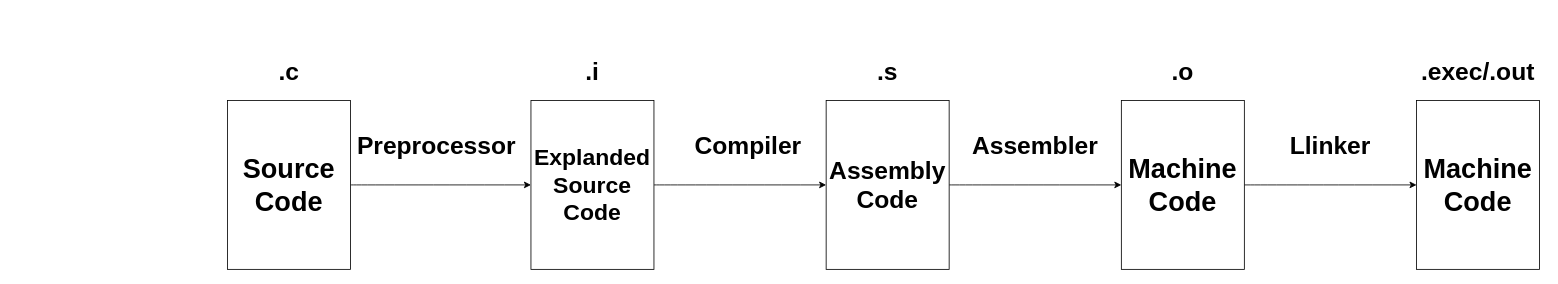
Before: page "Page-2" (2 of 5) of cosa-docs/day2/day2.drawio in utkarshpratap2002/learnedinDITISS, a draw.io diagram. Source tidied: cells renumbered, new cells numbered last; positions are measured from the earlier drawing's top-left corner, leaving out a move shared by most shapes. Both pictures are drawn from the tidied source at 82%, with x=0, y=0 at pixel (227, 59).
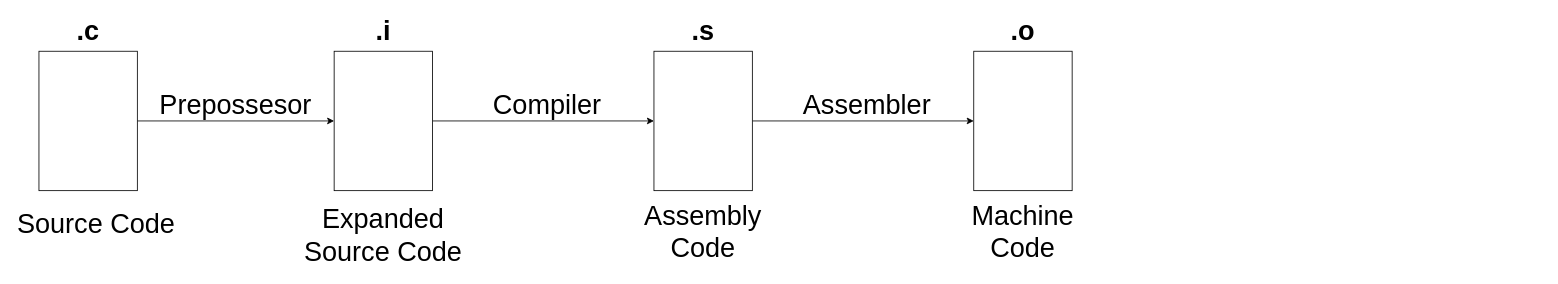
The same diagram, later.

The edit, as a diff of the source:
```diff
@@
 <mxGraphModel>
   <root>
     <mxCell id="0" />
     <mxCell id="1" parent="0" />
-    <mxCell id="2" style="edgeStyle=orthogonalEdgeStyle;curved=1;html=1;entryX=0;entryY=0.5;entryDx=0;entryDy=0;fontSize=30;" parent="1" edge="1" source="3" target="5">
-      <mxGeometry relative="1" as="geometry" />
-    </mxCell>
+    <mxCell id="20" style="edgeStyle=none;html=1;entryX=0;entryY=0.5;entryDx=0;entryDy=0;fontFamily=Helvetica;fontSize=33;" parent="1" edge="1" source="21" target="23">
+      <mxGeometry relative="1" as="geometry" />
+    </mxCell>
+    <mxCell id="21" style="whiteSpace=wrap;html=1;fontFamily=Helvetica;fontSize=33;" parent="1" vertex="1">
+      <mxGeometry x="-230" y="-10" width="120" height="170" as="geometry" />
+    </mxCell>
+    <mxCell id="15" value=".c" style="text;strokeColor=none;align=center;fillColor=none;html=1;verticalAlign=middle;whiteSpace=wrap;rounded=0;fontFamily=Helvetica;fontSize=33;fontStyle=1;" parent="1" vertex="1">
+      <mxGeometry x="-200" y="-50" width="60" height="30" as="geometry" />
+    </mxCell>
+    <mxCell id="22" style="edgeStyle=none;html=1;fontFamily=Helvetica;fontSize=33;" parent="1" edge="1" source="23" target="26">
+      <mxGeometry relative="1" as="geometry" />
+    </mxCell>
+    <mxCell id="23" style="whiteSpace=wrap;html=1;fontFamily=Helvetica;fontSize=33;" parent="1" vertex="1">
+      <mxGeometry x="130" y="-10" width="120" height="170" as="geometry" />
+    </mxCell>
+    <mxCell id="16" value=".i" style="text;strokeColor=none;align=center;fillColor=none;html=1;verticalAlign=middle;whiteSpace=wrap;rounded=0;fontFamily=Helvetica;fontSize=33;fontStyle=1;" parent="1" vertex="1">
+      <mxGeometry x="160" y="-50" width="60" height="30" as="geometry" />
+    </mxCell>
+    <mxCell id="24" value="Prepossesor" style="text;strokeColor=none;align=center;fillColor=none;html=1;verticalAlign=middle;whiteSpace=wrap;rounded=0;fontFamily=Helvetica;fontSize=33;" parent="1" vertex="1">
+      <mxGeometry x="-90" y="40" width="200" height="30" as="geometry" />
+    </mxCell>
+    <mxCell id="25" style="edgeStyle=none;html=1;entryX=0;entryY=0.5;entryDx=0;entryDy=0;fontFamily=Helvetica;fontSize=33;" parent="1" edge="1" source="26" target="28">
+      <mxGeometry relative="1" as="geometry" />
+    </mxCell>
+    <mxCell id="26" style="whiteSpace=wrap;html=1;fontFamily=Helvetica;fontSize=33;" parent="1" vertex="1">
+      <mxGeometry x="520" y="-10" width="120" height="170" as="geometry" />
+    </mxCell>
+    <mxCell id="17" value=".s" style="text;strokeColor=none;align=center;fillColor=none;html=1;verticalAlign=middle;whiteSpace=wrap;rounded=0;fontFamily=Helvetica;fontSize=33;fontStyle=1;" parent="1" vertex="1">
+      <mxGeometry x="550" y="-50" width="60" height="30" as="geometry" />
+    </mxCell>
-    <mxCell id="3" value="Source Code" style="whiteSpace=wrap;html=1;fontSize=33;fontStyle=1;" parent="1" vertex="1">
-      <mxGeometry y="50" width="150" height="206" as="geometry" />
+    <mxCell id="3" value="Source Code" style="text;strokeColor=none;align=center;fillColor=none;html=1;verticalAlign=middle;whiteSpace=wrap;rounded=0;fontFamily=Helvetica;fontSize=33;" parent="1" vertex="1">
+      <mxGeometry x="-260" y="170" width="200" height="60" as="geometry" />
     </mxCell>
-    <mxCell id="4" style="edgeStyle=orthogonalEdgeStyle;curved=1;html=1;entryX=0;entryY=0.5;entryDx=0;entryDy=0;fontSize=30;" parent="1" edge="1" source="5" target="7">
-      <mxGeometry relative="1" as="geometry" />
-    </mxCell>
-    <mxCell id="5" value="Explanded Source Code" style="whiteSpace=wrap;html=1;fontSize=28;fontStyle=1;" parent="1" vertex="1">
-      <mxGeometry x="370" y="50" width="150" height="206" as="geometry" />
-    </mxCell>
-    <mxCell id="6" style="edgeStyle=orthogonalEdgeStyle;curved=1;html=1;fontSize=30;" parent="1" edge="1" source="7" target="9">
-      <mxGeometry relative="1" as="geometry" />
-    </mxCell>
+    <mxCell id="27" value="Expanded Source Code" style="text;strokeColor=none;align=center;fillColor=none;html=1;verticalAlign=middle;whiteSpace=wrap;rounded=0;fontFamily=Helvetica;fontSize=33;" parent="1" vertex="1">
+      <mxGeometry x="90" y="194" width="200" height="40" as="geometry" />
+    </mxCell>
+    <mxCell id="12" value="Compiler" style="text;strokeColor=none;align=center;fillColor=none;html=1;verticalAlign=middle;whiteSpace=wrap;rounded=0;fontFamily=Helvetica;fontSize=33;" parent="1" vertex="1">
+      <mxGeometry x="290" y="40" width="200" height="30" as="geometry" />
+    </mxCell>
-    <mxCell id="7" value="Assembly Code" style="whiteSpace=wrap;html=1;fontSize=30;fontStyle=1;" parent="1" vertex="1">
-      <mxGeometry x="730" y="50" width="150" height="206" as="geometry" />
+    <mxCell id="7" value="Assembly Code" style="text;strokeColor=none;align=center;fillColor=none;html=1;verticalAlign=middle;whiteSpace=wrap;rounded=0;fontFamily=Helvetica;fontSize=33;" parent="1" vertex="1">
+      <mxGeometry x="480" y="190" width="200" height="40" as="geometry" />
     </mxCell>
-    <mxCell id="8" style="edgeStyle=orthogonalEdgeStyle;curved=1;html=1;entryX=0;entryY=0.5;entryDx=0;entryDy=0;fontSize=30;" parent="1" edge="1" source="9" target="10">
-      <mxGeometry relative="1" as="geometry" />
-    </mxCell>
-    <mxCell id="9" value="Machine Code" style="whiteSpace=wrap;html=1;fontSize=33;fontStyle=1;" parent="1" vertex="1">
-      <mxGeometry x="1090" y="50" width="150" height="206" as="geometry" />
-    </mxCell>
-    <mxCell id="10" value="Machine&lt;br&gt;Code" style="whiteSpace=wrap;html=1;fontSize=33;fontStyle=1;" parent="1" vertex="1">
-      <mxGeometry x="1450" y="50" width="150" height="206" as="geometry" />
-    </mxCell>
-    <mxCell id="11" value="Preprocessor" style="text;strokeColor=none;align=center;fillColor=none;html=1;verticalAlign=middle;whiteSpace=wrap;rounded=0;fontSize=30;fontStyle=1;" parent="1" vertex="1">
-      <mxGeometry x="150" y="90" width="210" height="30" as="geometry" />
-    </mxCell>
-    <mxCell id="12" value="Compiler" style="text;strokeColor=none;align=center;fillColor=none;html=1;verticalAlign=middle;whiteSpace=wrap;rounded=0;fontSize=30;fontStyle=1;" parent="1" vertex="1">
-      <mxGeometry x="530" y="90" width="210" height="30" as="geometry" />
-    </mxCell>
+    <mxCell id="28" style="whiteSpace=wrap;html=1;fontFamily=Helvetica;fontSize=33;" parent="1" vertex="1">
+      <mxGeometry x="910" y="-10" width="120" height="170" as="geometry" />
+    </mxCell>
+    <mxCell id="18" value=".o" style="text;strokeColor=none;align=center;fillColor=none;html=1;verticalAlign=middle;whiteSpace=wrap;rounded=0;fontFamily=Helvetica;fontSize=33;fontStyle=1;" parent="1" vertex="1">
+      <mxGeometry x="940" y="-50" width="60" height="30" as="geometry" />
+    </mxCell>
+    <mxCell id="29" value="Machine Code" style="text;strokeColor=none;align=center;fillColor=none;html=1;verticalAlign=middle;whiteSpace=wrap;rounded=0;fontFamily=Helvetica;fontSize=33;" parent="1" vertex="1">
+      <mxGeometry x="870" y="190" width="200" height="40" as="geometry" />
+    </mxCell>
-    <mxCell id="13" value="Assembler" style="text;strokeColor=none;align=center;fillColor=none;html=1;verticalAlign=middle;whiteSpace=wrap;rounded=0;fontSize=30;fontStyle=1;" parent="1" vertex="1">
-      <mxGeometry x="880" y="90" width="210" height="30" as="geometry" />
+    <mxCell id="13" value="Assembler" style="text;strokeColor=none;align=center;fillColor=none;html=1;verticalAlign=middle;whiteSpace=wrap;rounded=0;fontFamily=Helvetica;fontSize=33;" parent="1" vertex="1">
+      <mxGeometry x="680" y="40" width="200" height="30" as="geometry" />
     </mxCell>
-    <mxCell id="14" value="Llinker" style="text;strokeColor=none;align=center;fillColor=none;html=1;verticalAlign=middle;whiteSpace=wrap;rounded=0;fontSize=30;fontStyle=1;" parent="1" vertex="1">
-      <mxGeometry x="1240" y="90" width="210" height="30" as="geometry" />
-    </mxCell>
-    <mxCell id="15" value=".c" style="text;strokeColor=none;align=center;fillColor=none;html=1;verticalAlign=middle;whiteSpace=wrap;rounded=0;fontSize=30;fontStyle=1;" parent="1" vertex="1">
-      <mxGeometry x="30" width="90" height="30" as="geometry" />
-    </mxCell>
-    <mxCell id="16" value=".i" style="text;strokeColor=none;align=center;fillColor=none;html=1;verticalAlign=middle;whiteSpace=wrap;rounded=0;fontSize=30;fontStyle=1;" parent="1" vertex="1">
-      <mxGeometry x="400" width="90" height="30" as="geometry" />
-    </mxCell>
-    <mxCell id="17" value=".s" style="text;strokeColor=none;align=center;fillColor=none;html=1;verticalAlign=middle;whiteSpace=wrap;rounded=0;fontSize=30;fontStyle=1;" parent="1" vertex="1">
-      <mxGeometry x="760" width="90" height="30" as="geometry" />
-    </mxCell>
-    <mxCell id="18" value=".o" style="text;strokeColor=none;align=center;fillColor=none;html=1;verticalAlign=middle;whiteSpace=wrap;rounded=0;fontSize=30;fontStyle=1;" parent="1" vertex="1">
-      <mxGeometry x="1120" width="90" height="30" as="geometry" />
-    </mxCell>
-    <mxCell id="19" value=".exec/.out" style="text;strokeColor=none;align=center;fillColor=none;html=1;verticalAlign=middle;whiteSpace=wrap;rounded=0;fontSize=30;fontStyle=1;" parent="1" vertex="1">
-      <mxGeometry x="1445" width="160" height="30" as="geometry" />
-    </mxCell>
   </root>
 </mxGraphModel>
```
